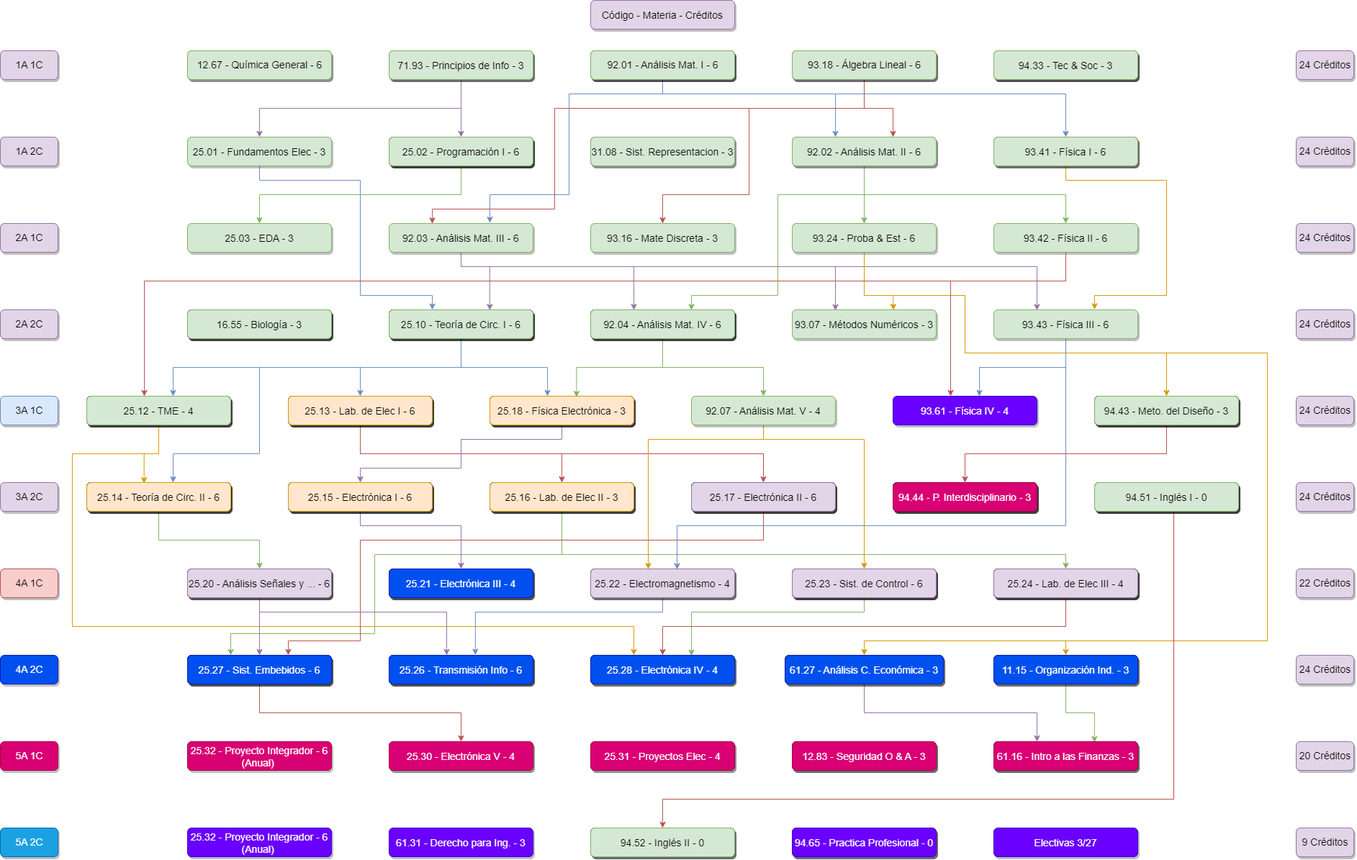
Above: K22.drawio.png in juanipla/K22 (draw.io), before the change. Source tidied: cells renumbered, new cells last; positions are measured from the earlier drawing's top-left corner, leaving out a move shared by most shapes.
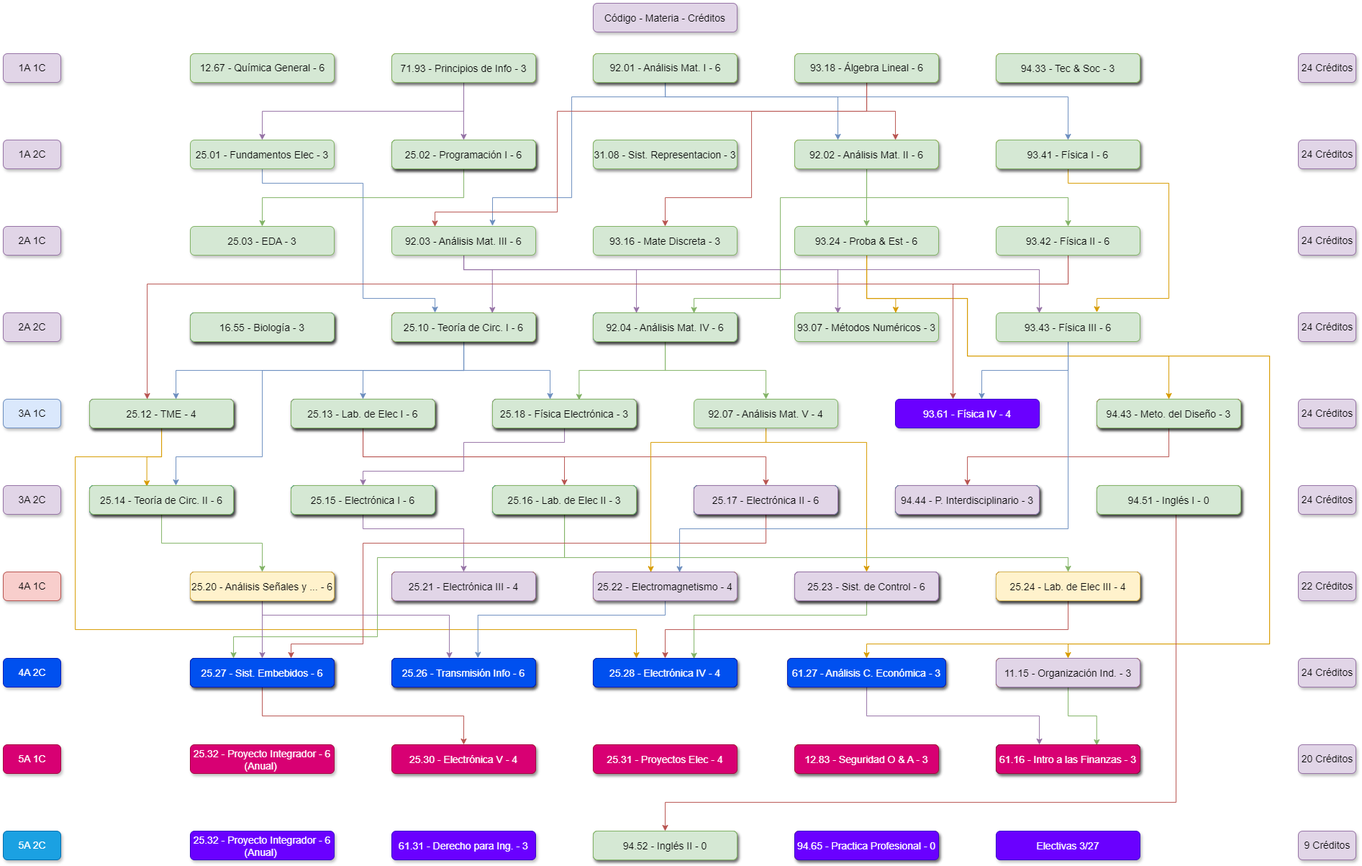
After the commit.

What changed in the source:
```diff
@@ -862,43 +862,43 @@
     <mxCell id="197" value="92.04 - Análisis Mat. IV - 6" style="rounded=1;fillColor=#d5e8d4;strokeColor=#82b366;shadow=1;fontStyle=0;fontSize=14;labelBorderColor=none;labelBackgroundColor=none;verticalAlign=middle;" parent="1" vertex="1">
       <mxGeometry x="820" y="430" width="200" height="40" as="geometry" />
     </mxCell>
-    <mxCell id="198" value="25.18 - Física Electrónica - 3" style="rounded=1;fillColor=#ffe6cc;strokeColor=#d79b00;shadow=1;fontStyle=0;fontSize=14;labelBorderColor=none;labelBackgroundColor=none;verticalAlign=middle;" parent="1" vertex="1">
+    <mxCell id="198" value="25.18 - Física Electrónica - 3" style="rounded=1;fillColor=#d5e8d4;strokeColor=#82b366;shadow=1;fontStyle=0;fontSize=14;labelBorderColor=none;labelBackgroundColor=none;verticalAlign=middle;" parent="1" vertex="1">
       <mxGeometry x="680" y="550" width="200" height="40" as="geometry" />
     </mxCell>
-    <mxCell id="199" value="25.13 - Lab. de Elec I - 6" style="rounded=1;fillColor=#ffe6cc;strokeColor=#d79b00;shadow=1;fontStyle=0;fontSize=14;labelBorderColor=none;labelBackgroundColor=none;" parent="1" vertex="1">
+    <mxCell id="199" value="25.13 - Lab. de Elec I - 6" style="rounded=1;fillColor=#d5e8d4;strokeColor=#82b366;shadow=1;fontStyle=0;fontSize=14;labelBorderColor=none;labelBackgroundColor=none;" parent="1" vertex="1">
       <mxGeometry x="400" y="550" width="200" height="40" as="geometry" />
     </mxCell>
     <mxCell id="200" value="25.12 - TME - 4" style="rounded=1;fillColor=#d5e8d4;strokeColor=#82b366;shadow=1;fontStyle=0;fontSize=14;labelBorderColor=none;labelBackgroundColor=none;" parent="1" vertex="1">
       <mxGeometry x="120" y="550" width="200" height="40" as="geometry" />
     </mxCell>
-    <mxCell id="201" value="25.14 - Teoría de Circ. II - 6" style="rounded=1;fillColor=#ffe6cc;strokeColor=#d79b00;shadow=1;fontStyle=0;fontSize=14;labelBorderColor=none;labelBackgroundColor=none;" parent="1" vertex="1">
+    <mxCell id="201" value="25.14 - Teoría de Circ. II - 6" style="rounded=1;fillColor=#d5e8d4;strokeColor=#82b366;shadow=1;fontStyle=0;fontSize=14;labelBorderColor=none;labelBackgroundColor=none;" parent="1" vertex="1">
       <mxGeometry x="120" y="670" width="200" height="40" as="geometry" />
     </mxCell>
-    <mxCell id="202" value="25.15 - Electrónica I - 6" style="rounded=1;fillColor=#ffe6cc;strokeColor=#d79b00;shadow=1;fontStyle=0;fontSize=14;labelBorderColor=none;labelBackgroundColor=none;" parent="1" vertex="1">
+    <mxCell id="202" value="25.15 - Electrónica I - 6" style="rounded=1;fillColor=#d5e8d4;strokeColor=#82b366;shadow=1;fontStyle=0;fontSize=14;labelBorderColor=none;labelBackgroundColor=none;" parent="1" vertex="1">
       <mxGeometry x="400" y="670" width="200" height="40" as="geometry" />
     </mxCell>
-    <mxCell id="203" value="25.16 - Lab. de Elec II - 3" style="rounded=1;fillColor=#ffe6cc;strokeColor=#d79b00;shadow=1;fontStyle=0;fontSize=14;labelBorderColor=none;labelBackgroundColor=none;verticalAlign=middle;" parent="1" vertex="1">
+    <mxCell id="203" value="25.16 - Lab. de Elec II - 3" style="rounded=1;fillColor=#d5e8d4;strokeColor=#82b366;shadow=1;fontStyle=0;fontSize=14;labelBorderColor=none;labelBackgroundColor=none;verticalAlign=middle;" parent="1" vertex="1">
       <mxGeometry x="680" y="670" width="200" height="40" as="geometry" />
     </mxCell>
     <mxCell id="204" value="25.17 - Electrónica II - 6" style="rounded=1;fillColor=#e1d5e7;strokeColor=#9673a6;shadow=1;fontStyle=0;fontSize=14;labelBorderColor=none;labelBackgroundColor=none;verticalAlign=middle;" parent="1" vertex="1">
       <mxGeometry x="960" y="670" width="200" height="40" as="geometry" />
     </mxCell>
-    <mxCell id="205" value="94.44 - P. Interdisciplinario - 3" style="rounded=1;fillColor=#d80073;strokeColor=#A50040;shadow=1;fontStyle=0;fontSize=14;labelBorderColor=none;labelBackgroundColor=none;verticalAlign=middle;fontColor=#ffffff;" parent="1" vertex="1">
+    <mxCell id="205" value="94.44 - P. Interdisciplinario - 3" style="rounded=1;fillColor=#e1d5e7;strokeColor=#9673a6;shadow=1;fontStyle=0;fontSize=14;labelBorderColor=none;labelBackgroundColor=none;verticalAlign=middle;" parent="1" vertex="1">
       <mxGeometry x="1240" y="670" width="200" height="40" as="geometry" />
     </mxCell>
     <mxCell id="206" value="94.51 - Inglés I - 0" style="rounded=1;fillColor=#d5e8d4;strokeColor=#82b366;shadow=1;fontStyle=0;fontSize=14;labelBorderColor=none;labelBackgroundColor=none;verticalAlign=middle;" parent="1" vertex="1">
       <mxGeometry x="1520" y="670" width="200" height="40" as="geometry" />
     </mxCell>
-    <mxCell id="207" value="25.24 - Lab. de Elec III - 4" style="rounded=1;fillColor=#e1d5e7;strokeColor=#9673a6;shadow=1;fontStyle=0;fontSize=14;labelBorderColor=none;labelBackgroundColor=none;verticalAlign=middle;" parent="1" vertex="1">
+    <mxCell id="207" value="25.24 - Lab. de Elec III - 4" style="rounded=1;fillColor=#fff2cc;strokeColor=#d6b656;shadow=1;fontStyle=0;fontSize=14;labelBorderColor=none;labelBackgroundColor=none;verticalAlign=middle;" parent="1" vertex="1">
       <mxGeometry x="1380" y="790" width="200" height="40" as="geometry" />
     </mxCell>
     <mxCell id="208" value="25.23 - Sist. de Control - 6" style="rounded=1;fillColor=#e1d5e7;strokeColor=#9673a6;shadow=1;fontStyle=0;fontSize=14;labelBorderColor=none;labelBackgroundColor=none;verticalAlign=middle;" parent="1" vertex="1">
       <mxGeometry x="1100" y="790" width="200" height="40" as="geometry" />
     </mxCell>
-    <mxCell id="209" value="25.21 - Electrónica III - 4" style="rounded=1;fillColor=#0050ef;strokeColor=#001DBC;shadow=1;fontStyle=0;fontSize=14;labelBorderColor=none;labelBackgroundColor=none;fontColor=#ffffff;" parent="1" vertex="1">
+    <mxCell id="209" value="25.21 - Electrónica III - 4" style="rounded=1;fillColor=#e1d5e7;strokeColor=#9673a6;shadow=1;fontStyle=0;fontSize=14;labelBorderColor=none;labelBackgroundColor=none;" parent="1" vertex="1">
       <mxGeometry x="540" y="790" width="200" height="40" as="geometry" />
     </mxCell>
-    <mxCell id="210" value="25.20 - Análisis Señales y ... - 6" style="rounded=1;fillColor=#e1d5e7;strokeColor=#9673a6;shadow=1;fontStyle=0;fontSize=14;labelBorderColor=none;labelBackgroundColor=none;" parent="1" vertex="1">
+    <mxCell id="210" value="25.20 - Análisis Señales y ... - 6" style="rounded=1;fillColor=#fff2cc;strokeColor=#d6b656;shadow=1;fontStyle=0;fontSize=14;labelBorderColor=none;labelBackgroundColor=none;" parent="1" vertex="1">
       <mxGeometry x="260" y="790" width="200" height="40" as="geometry" />
     </mxCell>
     <mxCell id="211" value="25.27 - Sist. Embebidos - 6" style="rounded=1;fillColor=#0050ef;strokeColor=#001DBC;shadow=1;fontStyle=0;fontSize=14;labelBorderColor=none;labelBackgroundColor=none;fontColor=#ffffff;" parent="1" vertex="1">
@@ -910,7 +910,7 @@
     <mxCell id="213" value="61.27 - Análisis C. Económica - 3" style="rounded=1;fillColor=#0050ef;strokeColor=#001DBC;shadow=1;fontStyle=0;fontSize=14;labelBorderColor=none;labelBackgroundColor=none;verticalAlign=middle;fontColor=#ffffff;" parent="1" vertex="1">
       <mxGeometry x="1090" y="910" width="220" height="40" as="geometry" />
     </mxCell>
-    <mxCell id="214" value="11.15 - Organización Ind. - 3" style="rounded=1;fillColor=#0050ef;strokeColor=#001DBC;shadow=1;fontStyle=0;fontSize=14;labelBorderColor=none;labelBackgroundColor=none;verticalAlign=middle;fontColor=#ffffff;" parent="1" vertex="1">
+    <mxCell id="214" value="11.15 - Organización Ind. - 3" style="rounded=1;fillColor=#e1d5e7;strokeColor=#9673a6;shadow=1;fontStyle=0;fontSize=14;labelBorderColor=none;labelBackgroundColor=none;verticalAlign=middle;" parent="1" vertex="1">
       <mxGeometry x="1380" y="910" width="200" height="40" as="geometry" />
     </mxCell>
     <mxCell id="215" value="61.16 - Intro a las Finanzas - 3" style="rounded=1;fillColor=#d80073;strokeColor=#A50040;shadow=1;fontStyle=0;fontSize=14;labelBorderColor=none;labelBackgroundColor=none;verticalAlign=middle;fontColor=#ffffff;" parent="1" vertex="1">
```
